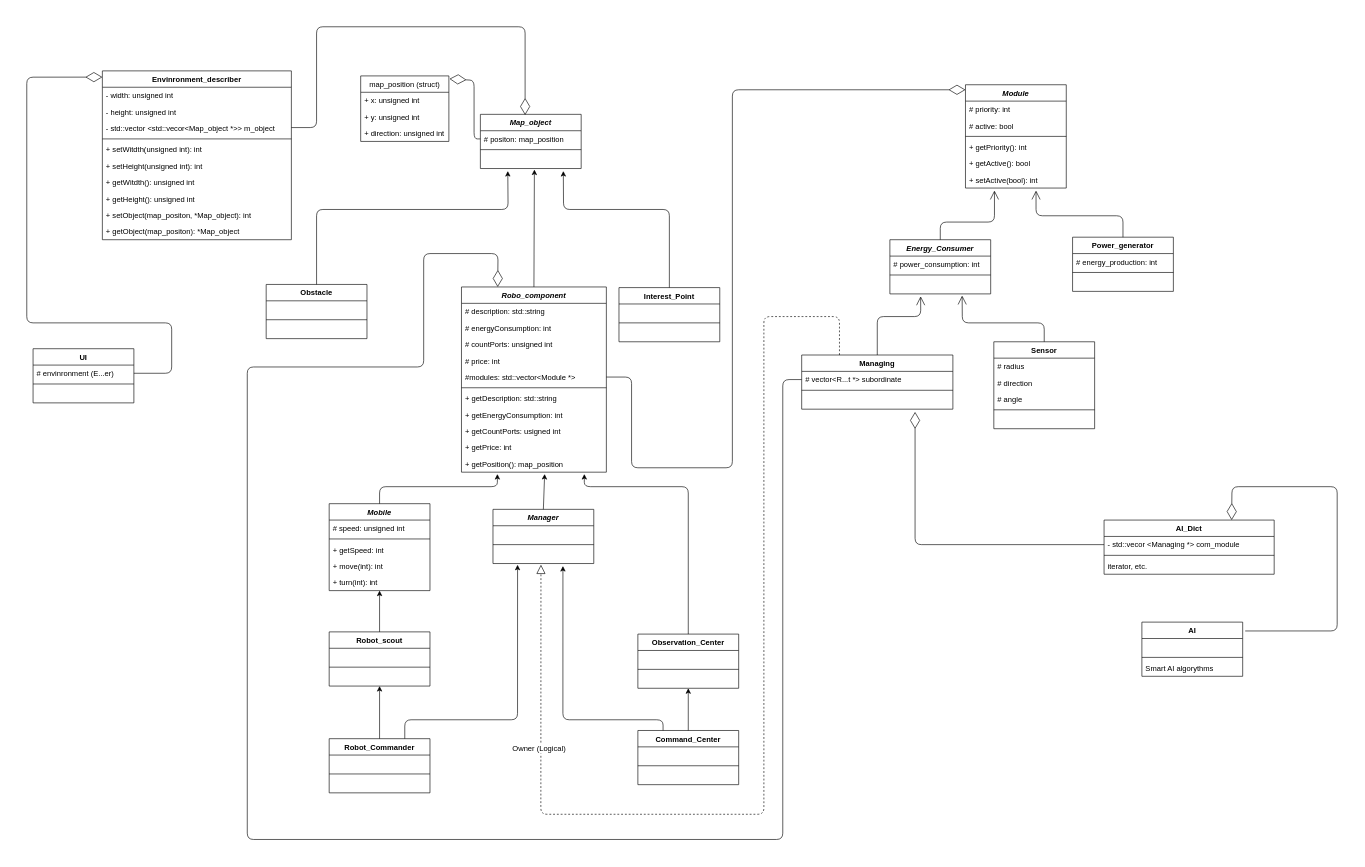
This is etc/diagram.drawio from manturovDan/Mobile-Robots, a draw.io file, before an edit. Source tidied: cells renumbered, new cells numbered last; positions are measured from the earlier drawing's top-left corner, leaving out a move shared by most shapes. Both pictures are drawn from the tidied source at 63%, with x=0, y=0 at pixel (26, 26).
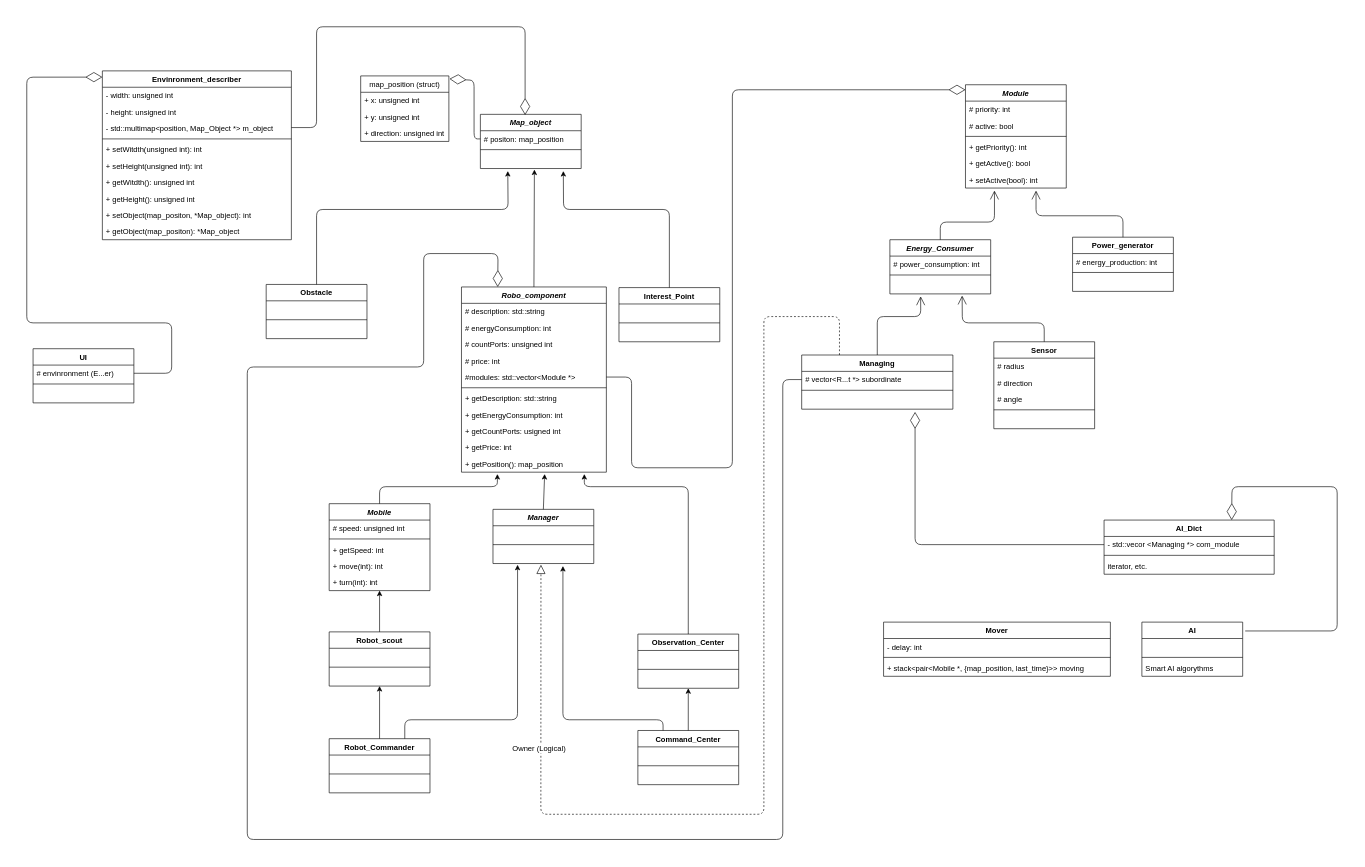
After the change.

The change refers to these unchanged cells:
```xml
<mxCell id="2" value="Envinronment_describer" style="swimlane;fontStyle=1;align=center;verticalAlign=top;horizontal=1;startSize=26;" parent="1" vertex="1">
  <mxGeometry x="120" y="70" width="300" height="268" as="geometry" />
</mxCell>
```

Diff of the diagram source:
```diff
@@
-    <mxCell id="5" value="- std::vector &lt;std::vecor&lt;Map_object *&gt;&gt; m_object" style="text;strokeColor=none;fillColor=none;align=left;verticalAlign=top;spacingLeft=4;spacingRight=4;overflow=hidden;" parent="2" vertex="1">
+    <mxCell id="5" value="- std::multimap&lt;position, Map_Object *&gt; m_object" style="text;strokeColor=none;fillColor=none;align=left;verticalAlign=top;spacingLeft=4;spacingRight=4;overflow=hidden;" parent="2" vertex="1">
       <mxGeometry y="78" width="300" height="26" as="geometry" />
     </mxCell>
@@
+    <mxCell id="128" value="Mover" style="swimlane;fontStyle=1;align=center;verticalAlign=top;horizontal=1;startSize=26;" parent="1" vertex="1">
+      <mxGeometry x="1360" y="945" width="360" height="86" as="geometry" />
+    </mxCell>
+    <mxCell id="129" value="- delay: int" style="text;strokeColor=none;fillColor=none;align=left;verticalAlign=top;spacingLeft=4;spacingRight=4;overflow=hidden;" parent="128" vertex="1">
+      <mxGeometry y="26" width="360" height="26" as="geometry" />
+    </mxCell>
+    <mxCell id="130" style="line;strokeWidth=1;fillColor=none;align=left;verticalAlign=middle;spacingTop=-1;spacingLeft=3;spacingRight=3;labelPosition=right;" parent="128" vertex="1">
+      <mxGeometry y="52" width="360" height="8" as="geometry" />
+    </mxCell>
+    <mxCell id="131" value="+ stack&lt;pair&lt;Mobile *, {map_position, last_time}&gt;&gt; moving" style="text;strokeColor=none;fillColor=none;align=left;verticalAlign=top;spacingLeft=4;spacingRight=4;overflow=hidden;" parent="128" vertex="1">
+      <mxGeometry y="60" width="360" height="26" as="geometry" />
+    </mxCell>
```
